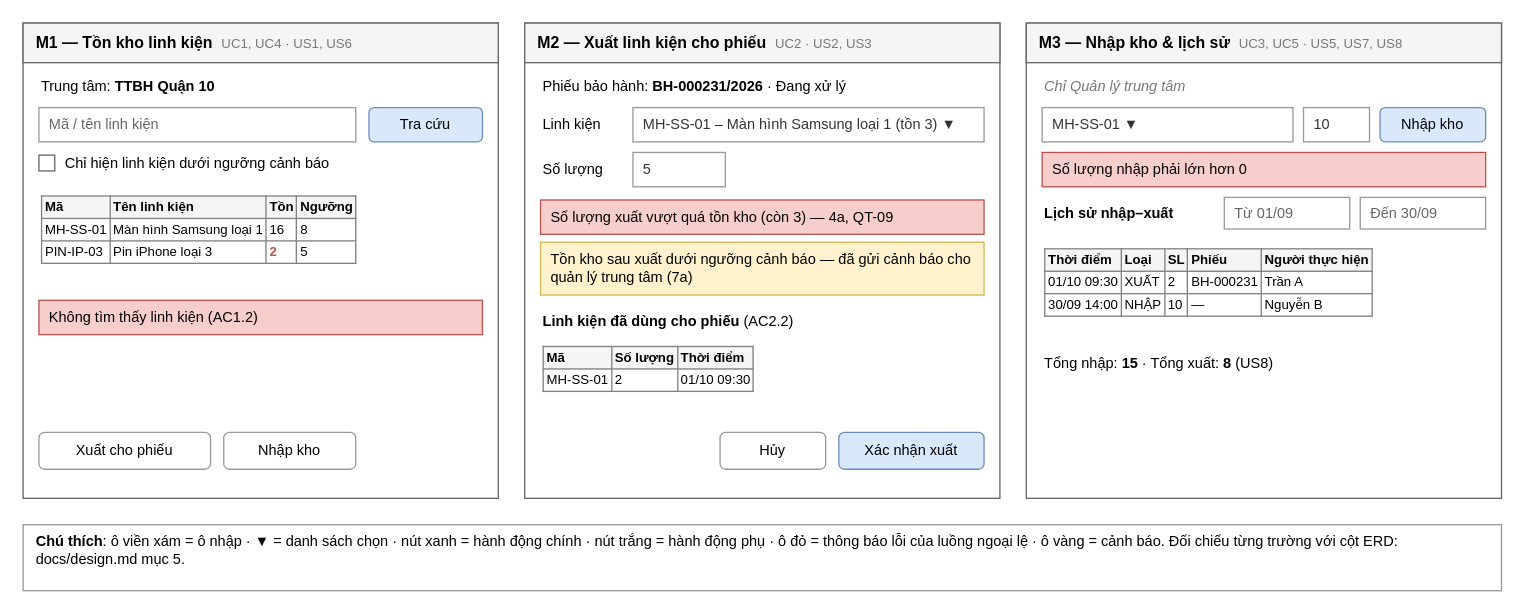
The draw.io diagram docs/wireframe.drawio in dkhoa05/cdtn1-trandangkhoa-L5, before the edit. Source tidied: cells renumbered, new cells numbered last; positions are measured from the earlier drawing's top-left corner, leaving out a move shared by most shapes. Both pictures are drawn from the tidied source at 132%, with x=0, y=0 at pixel (22, 22).
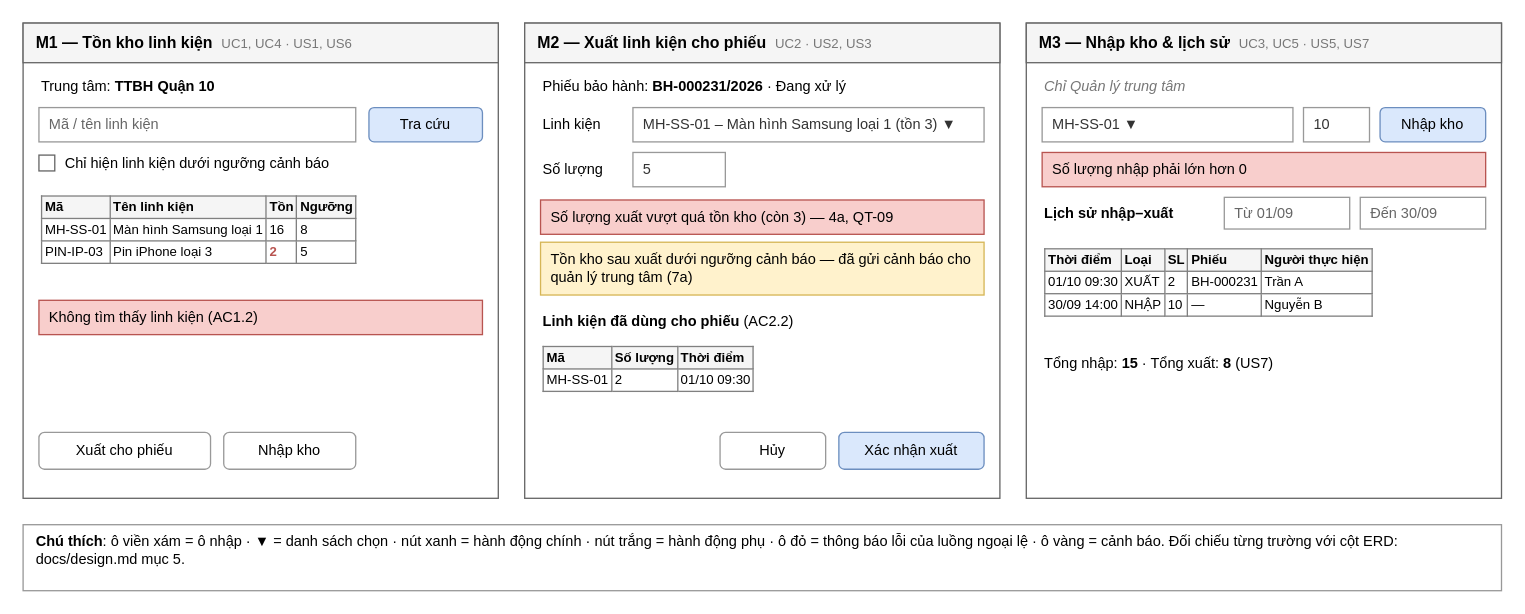
After the change.

What changed in the source:
```diff
@@
-    <mxCell id="27" value="&lt;b&gt;M3 — Nhập kho &amp;amp; lịch sử&lt;/b&gt;&amp;nbsp;&amp;nbsp;&lt;font color='#777777' style='font-size:10px'&gt;UC3, UC5 · US5, US7, US8&lt;/font&gt;" style="html=1;whiteSpace=wrap;rounded=0;fillColor=#f5f5f5;strokeColor=#666666;align=left;spacingLeft=8;fontSize=12;" parent="1" vertex="1">
+    <mxCell id="27" value="&lt;b&gt;M3 — Nhập kho &amp;amp; lịch sử&lt;/b&gt;&amp;nbsp;&amp;nbsp;&lt;font color='#777777' style='font-size:10px'&gt;UC3, UC5 · US5, US7&lt;/font&gt;" style="html=1;whiteSpace=wrap;rounded=0;fillColor=#f5f5f5;strokeColor=#666666;align=left;spacingLeft=8;fontSize=12;" parent="1" vertex="1">
       <mxGeometry x="760" width="360" height="30" as="geometry" />
     </mxCell>
@@
-    <mxCell id="37" value="Tổng nhập: &lt;b&gt;15&lt;/b&gt; · Tổng xuất: &lt;b&gt;8&lt;/b&gt; (US8)" style="html=1;whiteSpace=wrap;text;align=left;verticalAlign=middle;fontSize=11;" parent="1" vertex="1">
+    <mxCell id="37" value="Tổng nhập: &lt;b&gt;15&lt;/b&gt; · Tổng xuất: &lt;b&gt;8&lt;/b&gt; (US7)" style="html=1;whiteSpace=wrap;text;align=left;verticalAlign=middle;fontSize=11;" parent="1" vertex="1">
       <mxGeometry x="772" y="248" width="336" height="20" as="geometry" />
     </mxCell>
```
